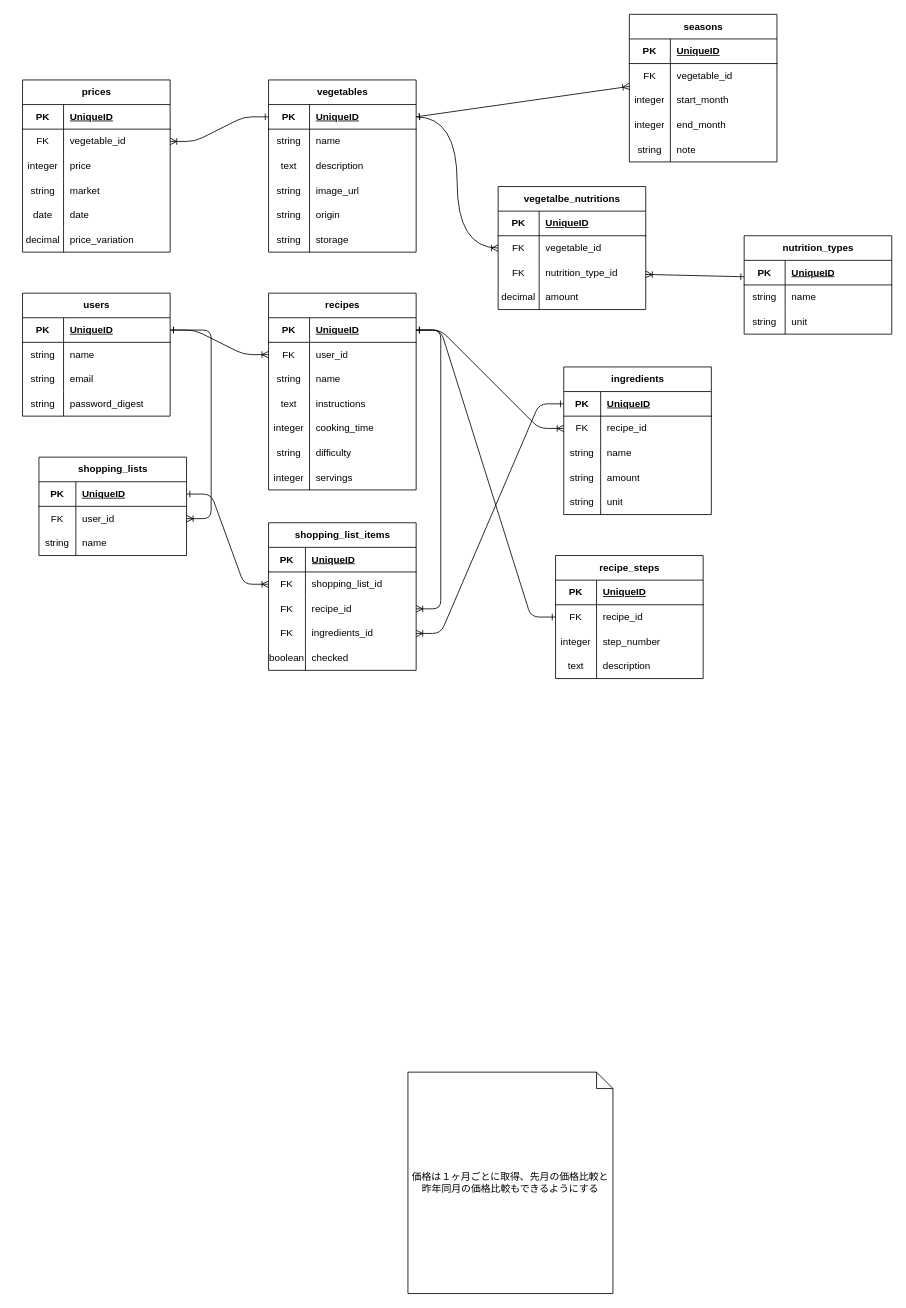
This is vegeguide.dio from pekoemood/vegeguide-docs, a draw.io file, before an edit. Source tidied: cells renumbered, new cells numbered last; positions are measured from the earlier drawing's top-left corner, leaving out a move shared by most shapes. Both pictures are drawn from the tidied source at 82%, with x=0, y=0 at pixel (14, 14).
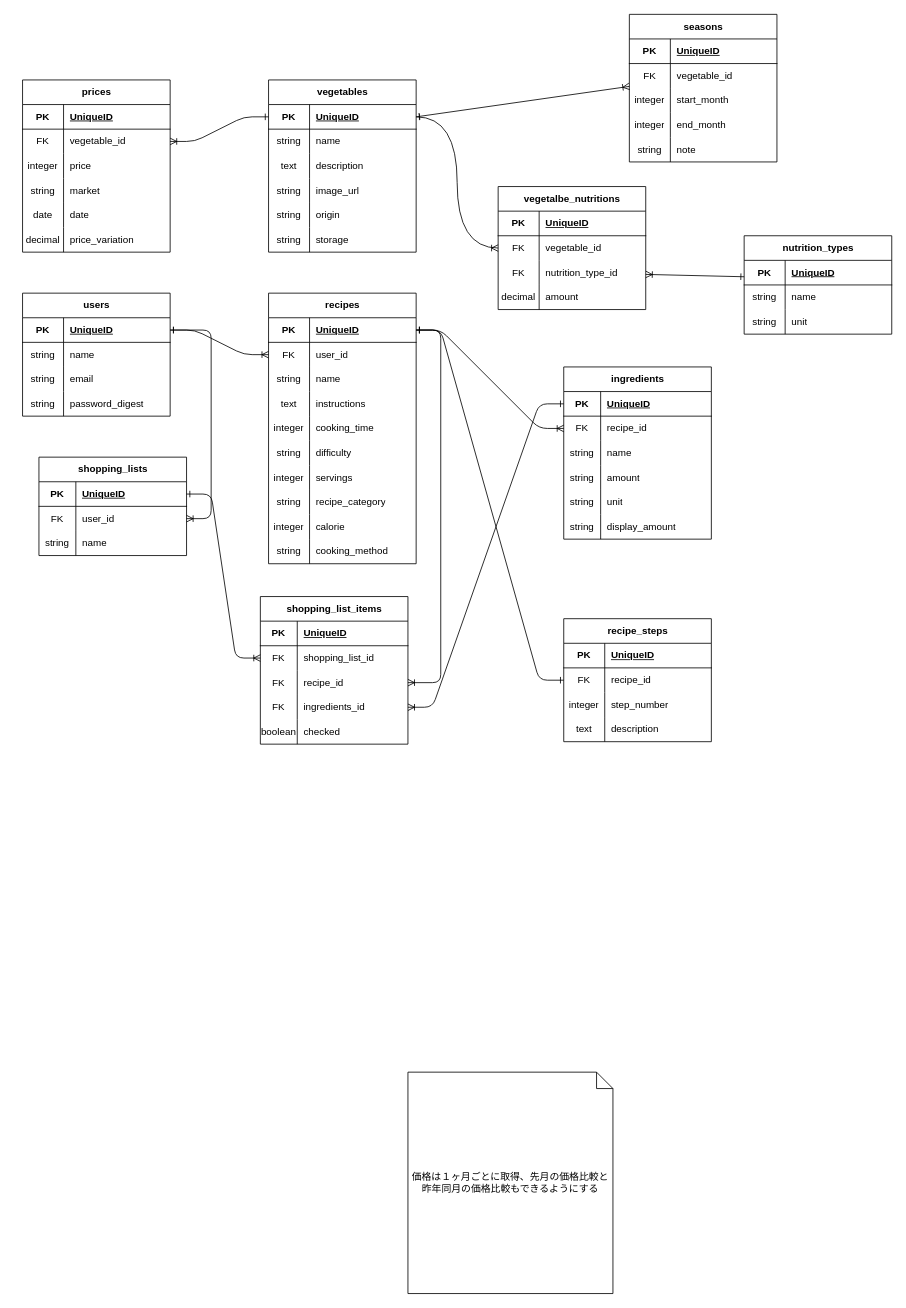
Above is the later version.

Diff of the diagram source:
```diff
@@
     <mxCell id="53" value="recipes" style="shape=table;startSize=30;childLayout=tableLayout;rowLines=0;fontStyle=1;align=center;html=1;" parent="1" vertex="1">
-      <mxGeometry x="310" y="340" width="180" height="240" as="geometry" />
+      <mxGeometry x="310" y="340" width="180" height="330" as="geometry" />
     </mxCell>
@@
+    <mxCell id="182" style="shape=tableRow;horizontal=0;startSize=0;swimlaneHead=0;swimlaneBody=0;fillColor=none;top=0;left=0;right=0;bottom=0;" parent="53" vertex="1">
+      <mxGeometry y="240" width="180" height="30" as="geometry" />
+    </mxCell>
+    <mxCell id="183" value="string" style="shape=partialRectangle;fillColor=none;top=0;left=0;bottom=0;right=0;overflow=hidden;whiteSpace=wrap;html=1;" parent="182" vertex="1">
+      <mxGeometry width="50" height="30" as="geometry" />
+    </mxCell>
+    <mxCell id="184" value="recipe_category" style="shape=partialRectangle;fillColor=none;top=0;left=0;bottom=0;right=0;align=left;spacingLeft=6;overflow=hidden;whiteSpace=wrap;html=1;" parent="182" vertex="1">
+      <mxGeometry x="50" width="130" height="30" as="geometry" />
+    </mxCell>
+    <mxCell id="185" style="shape=tableRow;horizontal=0;startSize=0;swimlaneHead=0;swimlaneBody=0;fillColor=none;top=0;left=0;right=0;bottom=0;" parent="53" vertex="1">
+      <mxGeometry y="270" width="180" height="30" as="geometry" />
+    </mxCell>
+    <mxCell id="186" value="integer" style="shape=partialRectangle;fillColor=none;top=0;left=0;bottom=0;right=0;overflow=hidden;whiteSpace=wrap;html=1;" parent="185" vertex="1">
+      <mxGeometry width="50" height="30" as="geometry" />
+    </mxCell>
+    <mxCell id="187" value="calorie" style="shape=partialRectangle;fillColor=none;top=0;left=0;bottom=0;right=0;align=left;spacingLeft=6;overflow=hidden;whiteSpace=wrap;html=1;" parent="185" vertex="1">
+      <mxGeometry x="50" width="130" height="30" as="geometry" />
+    </mxCell>
+    <mxCell id="188" style="shape=tableRow;horizontal=0;startSize=0;swimlaneHead=0;swimlaneBody=0;fillColor=none;top=0;left=0;right=0;bottom=0;" parent="53" vertex="1">
+      <mxGeometry y="300" width="180" height="30" as="geometry" />
+    </mxCell>
+    <mxCell id="189" value="string" style="shape=partialRectangle;fillColor=none;top=0;left=0;bottom=0;right=0;overflow=hidden;whiteSpace=wrap;html=1;" parent="188" vertex="1">
+      <mxGeometry width="50" height="30" as="geometry" />
+    </mxCell>
+    <mxCell id="190" value="cooking_method" style="shape=partialRectangle;fillColor=none;top=0;left=0;bottom=0;right=0;align=left;spacingLeft=6;overflow=hidden;whiteSpace=wrap;html=1;" parent="188" vertex="1">
+      <mxGeometry x="50" width="130" height="30" as="geometry" />
+    </mxCell>
@@
     <mxCell id="87" value="&lt;span style=&quot;background-color: transparent;&quot;&gt;ingredients&lt;/span&gt;" style="shape=table;startSize=30;childLayout=tableLayout;rowLines=0;fontStyle=1;align=center;html=1;" parent="1" vertex="1">
-      <mxGeometry x="670" y="430" width="180" height="180" as="geometry" />
+      <mxGeometry x="670" y="430" width="180" height="210" as="geometry" />
     </mxCell>
@@
+    <mxCell id="191" style="shape=tableRow;horizontal=0;startSize=0;swimlaneHead=0;swimlaneBody=0;fillColor=none;top=0;left=0;right=0;bottom=0;" parent="87" vertex="1">
+      <mxGeometry y="180" width="180" height="30" as="geometry" />
+    </mxCell>
+    <mxCell id="192" value="string" style="shape=partialRectangle;fillColor=none;top=0;left=0;bottom=0;right=0;overflow=hidden;whiteSpace=wrap;html=1;" parent="191" vertex="1">
+      <mxGeometry width="45" height="30" as="geometry" />
+    </mxCell>
+    <mxCell id="193" value="display_amount" style="shape=partialRectangle;fillColor=none;top=0;left=0;bottom=0;right=0;align=left;spacingLeft=6;overflow=hidden;whiteSpace=wrap;html=1;" parent="191" vertex="1">
+      <mxGeometry x="45" width="135" height="30" as="geometry" />
+    </mxCell>
@@
     <mxCell id="104" value="recipe_steps" style="shape=table;startSize=30;childLayout=tableLayout;rowLines=0;fontStyle=1;align=center;html=1;" parent="1" vertex="1">
-      <mxGeometry x="660" y="660" width="180" height="150" as="geometry" />
+      <mxGeometry x="670" y="737" width="180" height="150" as="geometry" />
     </mxCell>
@@
     <mxCell id="148" value="shopping_list_items" style="shape=table;startSize=30;childLayout=tableLayout;rowLines=0;fontStyle=1;align=center;html=1;" parent="1" vertex="1">
-      <mxGeometry x="310" y="620" width="180" height="180" as="geometry" />
+      <mxGeometry x="300" y="710" width="180" height="180" as="geometry" />
     </mxCell>
```
